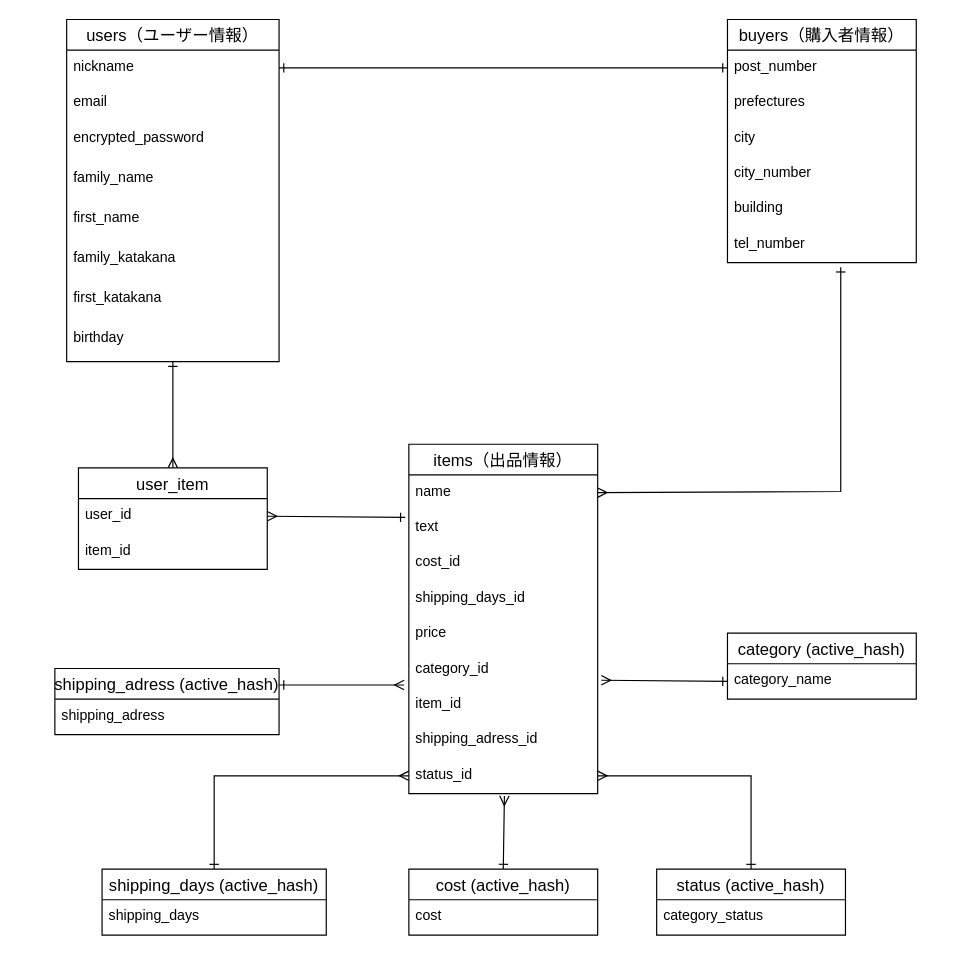
This is test.dio from gocci45/furima-32064, a draw.io file, before an edit. Source tidied: cells renumbered, new cells numbered last; positions are measured from the earlier drawing's top-left corner, leaving out a move shared by most shapes. Both pictures are drawn from the tidied source at 118%, with x=0, y=0 at pixel (54, 19).
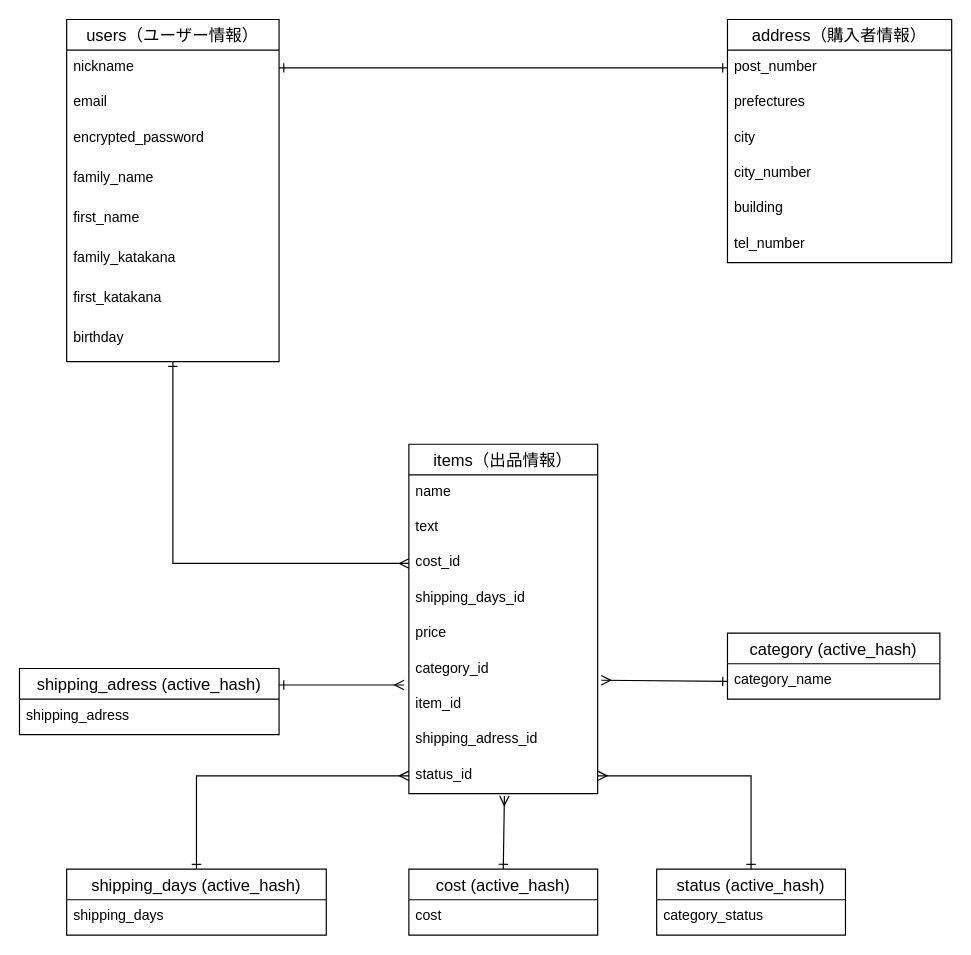
After the change.

Unchanged cells that the change refers to:
```xml
<mxCell id="2" value="users（ユーザー情報）" style="swimlane;fontStyle=0;horizontal=1;startSize=26;align=center;fontSize=14;" parent="1" vertex="1">
  <mxGeometry x="10" width="180" height="290" as="geometry" />
</mxCell>
<mxCell id="20" value="name" style="text;strokeColor=none;fillColor=none;spacingLeft=4;spacingRight=4;overflow=hidden;points=[[0,0.5],[1,0.5]];portConstraint=eastwest;fontSize=12;" parent="19" vertex="1">
  <mxGeometry y="26" width="160" height="30" as="geometry" />
</mxCell>
<mxCell id="21" value="text" style="text;strokeColor=none;fillColor=none;spacingLeft=4;spacingRight=4;overflow=hidden;points=[[0,0.5],[1,0.5]];portConstraint=eastwest;fontSize=12;" parent="19" vertex="1">
  <mxGeometry y="56" width="160" height="30" as="geometry" />
</mxCell>
<mxCell id="22" value="cost_id" style="text;strokeColor=none;fillColor=none;spacingLeft=4;spacingRight=4;overflow=hidden;points=[[0,0.5],[1,0.5]];portConstraint=eastwest;fontSize=12;" parent="19" vertex="1">
  <mxGeometry y="86" width="160" height="30" as="geometry" />
</mxCell>
<mxCell id="28" value="status_id" style="text;strokeColor=none;fillColor=none;spacingLeft=4;spacingRight=4;overflow=hidden;points=[[0,0.5],[1,0.5]];portConstraint=eastwest;fontSize=12;" parent="19" vertex="1">
  <mxGeometry y="266" width="160" height="30" as="geometry" />
</mxCell>
```

What changed in the source:
```diff
@@
-    <mxCell id="11" value="buyers（購入者情報）" style="swimlane;fontStyle=0;horizontal=1;startSize=26;align=center;fontSize=14;" parent="1" vertex="1">
-      <mxGeometry x="570" width="160" height="206" as="geometry" />
+    <mxCell id="11" value="address（購入者情報）" style="swimlane;fontStyle=0;horizontal=1;startSize=26;align=center;fontSize=14;" parent="1" vertex="1">
+      <mxGeometry x="570" width="190" height="206" as="geometry" />
     </mxCell>
     <mxCell id="12" value="post_number" style="text;strokeColor=none;fillColor=none;spacingLeft=4;spacingRight=4;overflow=hidden;fontSize=12;" parent="11" vertex="1">
-      <mxGeometry y="26" width="160" height="30" as="geometry" />
+      <mxGeometry y="26" width="190" height="30" as="geometry" />
     </mxCell>
     <mxCell id="13" value="prefectures" style="text;strokeColor=none;fillColor=none;spacingLeft=4;spacingRight=4;overflow=hidden;fontSize=12;" parent="11" vertex="1">
-      <mxGeometry y="56" width="160" height="30" as="geometry" />
+      <mxGeometry y="56" width="190" height="30" as="geometry" />
     </mxCell>
     <mxCell id="14" value="city" style="text;strokeColor=none;fillColor=none;spacingLeft=4;spacingRight=4;overflow=hidden;fontSize=12;" parent="11" vertex="1">
-      <mxGeometry y="86" width="160" height="30" as="geometry" />
+      <mxGeometry y="86" width="190" height="30" as="geometry" />
     </mxCell>
     <mxCell id="15" value="city_number" style="text;strokeColor=none;fillColor=none;spacingLeft=4;spacingRight=4;overflow=hidden;fontSize=12;" parent="11" vertex="1">
-      <mxGeometry y="116" width="160" height="30" as="geometry" />
+      <mxGeometry y="116" width="190" height="30" as="geometry" />
     </mxCell>
     <mxCell id="16" value="building" style="text;strokeColor=none;fillColor=none;spacingLeft=4;spacingRight=4;overflow=hidden;fontSize=12;" parent="11" vertex="1">
-      <mxGeometry y="146" width="160" height="30" as="geometry" />
+      <mxGeometry y="146" width="190" height="30" as="geometry" />
     </mxCell>
     <mxCell id="17" value="tel_number" style="text;strokeColor=none;fillColor=none;spacingLeft=4;spacingRight=4;overflow=hidden;fontSize=12;" parent="11" vertex="1">
-      <mxGeometry y="176" width="160" height="30" as="geometry" />
+      <mxGeometry y="176" width="190" height="30" as="geometry" />
     </mxCell>
@@
-    <mxCell id="29" style="edgeStyle=none;rounded=0;jettySize=auto;html=1;exitX=0.5;exitY=0;exitDx=0;exitDy=0;entryX=0.5;entryY=1;entryDx=0;entryDy=0;startArrow=ERmany;startFill=0;endArrow=ERone;endFill=0;" parent="1" edge="1" source="30" target="2">
-      <mxGeometry relative="1" as="geometry" />
+    <mxCell id="29" style="edgeStyle=none;rounded=0;jettySize=auto;html=1;exitX=0;exitY=0.5;exitDx=0;exitDy=0;entryX=0.5;entryY=1;entryDx=0;entryDy=0;startArrow=ERmany;startFill=0;endArrow=ERone;endFill=0;" parent="1" edge="1" source="22" target="2">
+      <mxGeometry relative="1" as="geometry">
+        <Array as="points">
+          <mxPoint x="100" y="461" />
+        </Array>
+      </mxGeometry>
     </mxCell>
-    <mxCell id="30" value="user_item" style="swimlane;fontStyle=0;horizontal=1;startSize=26;align=center;fontSize=14;" parent="1" vertex="1">
-      <mxGeometry x="20" y="380" width="160" height="86" as="geometry" />
-    </mxCell>
-    <mxCell id="31" value="user_id" style="text;strokeColor=none;fillColor=none;spacingLeft=4;spacingRight=4;overflow=hidden;points=[[0,0.5],[1,0.5]];portConstraint=eastwest;fontSize=12;" parent="30" vertex="1">
-      <mxGeometry y="26" width="160" height="30" as="geometry" />
-    </mxCell>
-    <mxCell id="32" value="item_id" style="text;strokeColor=none;fillColor=none;spacingLeft=4;spacingRight=4;overflow=hidden;fontSize=12;" parent="30" vertex="1">
-      <mxGeometry y="56" width="160" height="30" as="geometry" />
-    </mxCell>
-    <mxCell id="33" style="edgeStyle=none;rounded=0;jettySize=auto;html=1;exitX=1;exitY=0.5;exitDx=0;exitDy=0;startArrow=ERmany;startFill=0;endArrow=ERone;endFill=0;" parent="1" edge="1" source="20">
-      <mxGeometry relative="1" as="geometry">
-        <mxPoint x="666" y="210" as="targetPoint" />
-        <Array as="points">
-          <mxPoint x="666" y="400" />
-        </Array>
-      </mxGeometry>
-    </mxCell>
-    <mxCell id="34" style="edgeStyle=none;rounded=0;jettySize=auto;html=1;exitX=1;exitY=0.5;exitDx=0;exitDy=0;entryX=-0.019;entryY=0.2;entryDx=0;entryDy=0;entryPerimeter=0;startArrow=ERmany;startFill=0;endArrow=ERone;endFill=0;" parent="1" edge="1" source="31" target="21">
-      <mxGeometry relative="1" as="geometry" />
-    </mxCell>
@@
     <mxCell id="41" style="edgeStyle=none;rounded=0;jettySize=auto;html=1;exitX=0.5;exitY=0;exitDx=0;exitDy=0;entryX=0;entryY=0.5;entryDx=0;entryDy=0;startArrow=ERone;startFill=0;endArrow=ERmany;endFill=0;" parent="1" edge="1" source="42" target="28">
       <mxGeometry relative="1" as="geometry">
         <Array as="points">
-          <mxPoint x="135" y="641" />
+          <mxPoint x="120" y="641" />
         </Array>
       </mxGeometry>
     </mxCell>
     <mxCell id="42" value="shipping_days (active_hash)" style="swimlane;fontStyle=0;horizontal=1;startSize=26;align=center;fontSize=14;" parent="1" vertex="1">
-      <mxGeometry x="40" y="720" width="190" height="56" as="geometry" />
+      <mxGeometry x="10" y="720" width="220" height="56" as="geometry" />
     </mxCell>
     <mxCell id="43" value="shipping_days" style="text;strokeColor=none;fillColor=none;spacingLeft=4;spacingRight=4;overflow=hidden;fontSize=12;" parent="42" vertex="1">
-      <mxGeometry y="26" width="190" height="30" as="geometry" />
+      <mxGeometry y="26" width="220" height="30" as="geometry" />
     </mxCell>
@@
     <mxCell id="45" value="shipping_adress (active_hash)" style="swimlane;fontStyle=0;horizontal=1;startSize=26;align=center;fontSize=14;" parent="1" vertex="1">
-      <mxGeometry y="550" width="190" height="56" as="geometry" />
+      <mxGeometry x="-30" y="550" width="220" height="56" as="geometry" />
     </mxCell>
     <mxCell id="46" value="shipping_adress" style="text;strokeColor=none;fillColor=none;spacingLeft=4;spacingRight=4;overflow=hidden;fontSize=12;" parent="45" vertex="1">
-      <mxGeometry y="26" width="190" height="30" as="geometry" />
+      <mxGeometry y="26" width="220" height="30" as="geometry" />
     </mxCell>
     <mxCell id="47" value="category (active_hash)" style="swimlane;fontStyle=0;horizontal=1;startSize=26;align=center;fontSize=14;" parent="1" vertex="1">
-      <mxGeometry x="570" y="520" width="160" height="56" as="geometry" />
+      <mxGeometry x="570" y="520" width="180" height="56" as="geometry" />
     </mxCell>
     <mxCell id="48" value="category_name" style="text;strokeColor=none;fillColor=none;spacingLeft=4;spacingRight=4;overflow=hidden;points=[[0,0.5],[1,0.5]];portConstraint=eastwest;fontSize=12;" parent="47" vertex="1">
-      <mxGeometry y="26" width="160" height="30" as="geometry" />
+      <mxGeometry y="26" width="180" height="30" as="geometry" />
     </mxCell>
```
